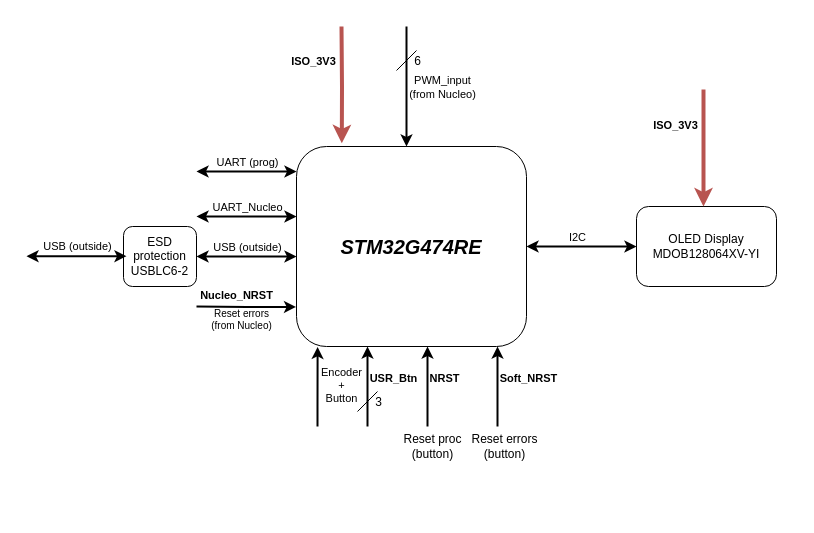
Earlier version of the draw.io diagram page "STM32 (protection)" (3 of 5) of Documentation/synopsis/AAP_Inverter.drawio (DBXYD/AAP_ENSEA_Inverter). Source tidied: cells renumbered, new cells numbered last; positions are measured from the earlier drawing's top-left corner, leaving out a move shared by most shapes. Both pictures are drawn from the tidied source at 100%, with x=0, y=0 at pixel (26, 26).
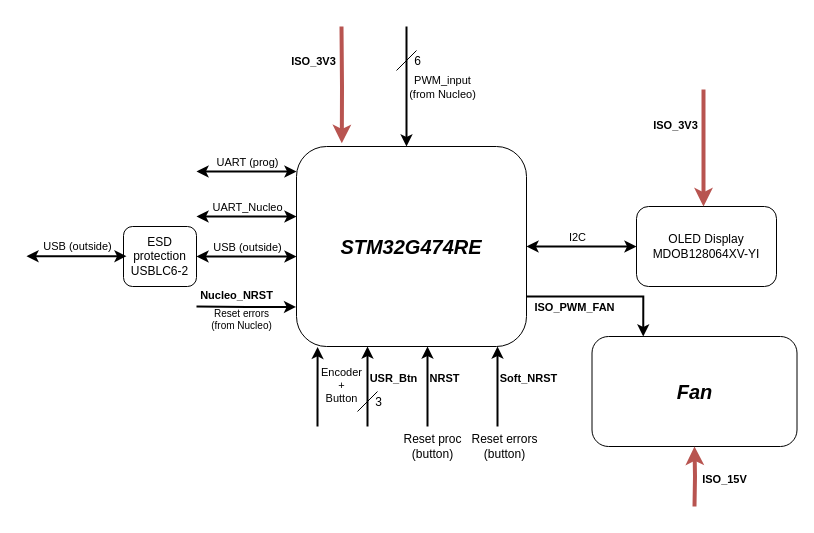
The same page after the edit.

Unchanged cells that the change refers to:
```xml
<mxCell id="2" value="STM32G474RE" style="rounded=1;whiteSpace=wrap;html=1;fontSize=20;fontStyle=3;" parent="1" vertex="1">
  <mxGeometry x="270" y="120" width="230" height="200" as="geometry" />
</mxCell>
```

Diff of the diagram source:
```diff
@@
+    <mxCell id="38" value="&lt;i&gt;&lt;font style=&quot;font-size: 20px;&quot;&gt;&lt;b&gt;&lt;font style=&quot;font-size: 20px;&quot;&gt;Fan&lt;/font&gt;&lt;/b&gt;&lt;/font&gt;&lt;/i&gt;" style="rounded=1;whiteSpace=wrap;html=1;" parent="1" vertex="1">
+      <mxGeometry x="565.5" y="310" width="205" height="110" as="geometry" />
+    </mxCell>
+    <mxCell id="39" style="endArrow=classic;html=1;rounded=0;edgeStyle=orthogonalEdgeStyle;entryX=0.5;entryY=1;entryDx=0;entryDy=0;fillColor=#f8cecc;strokeColor=#b85450;strokeWidth=4;" parent="1" edge="1" target="38">
+      <mxGeometry relative="1" as="geometry">
+        <mxPoint x="668" y="480" as="sourcePoint" />
+      </mxGeometry>
+    </mxCell>
+    <mxCell id="40" value="ISO_15V" style="edgeLabel;html=1;align=center;verticalAlign=middle;fontStyle=1;" parent="39" vertex="1">
+      <mxGeometry x="-0.35" y="3" relative="1" as="geometry">
+        <mxPoint x="32" y="-7" as="offset" />
+      </mxGeometry>
+    </mxCell>
+    <mxCell id="41" style="endArrow=classic;html=1;rounded=0;exitX=1;exitY=0.75;exitDx=0;exitDy=0;edgeStyle=orthogonalEdgeStyle;strokeWidth=2;entryX=0.25;entryY=0;entryDx=0;entryDy=0;" parent="1" edge="1" source="2" target="38">
+      <mxGeometry relative="1" as="geometry" />
+    </mxCell>
+    <mxCell id="42" value="ISO_PWM_FAN" style="edgeLabel;html=1;align=center;verticalAlign=middle;fontStyle=1;" parent="41" vertex="1">
+      <mxGeometry x="-0.21" y="-1" relative="1" as="geometry">
+        <mxPoint x="-15" y="9" as="offset" />
+      </mxGeometry>
+    </mxCell>
```
